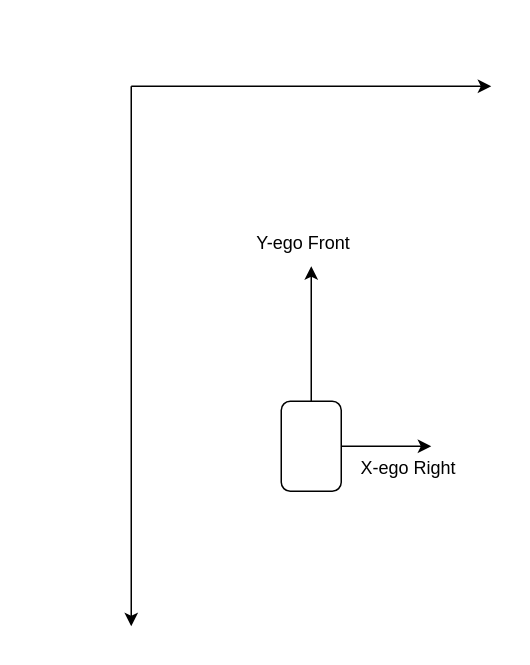
LLLzd/hello-hub keeps this draw.io diagram as helloDiagram.drawio. Above is the earlier version. Source tidied: cells renumbered, new cells numbered last; positions are measured from the earlier drawing's top-left corner, leaving out a move shared by most shapes. Both pictures are drawn from the tidied source at 150%, with x=0, y=0 at pixel (130, 86).
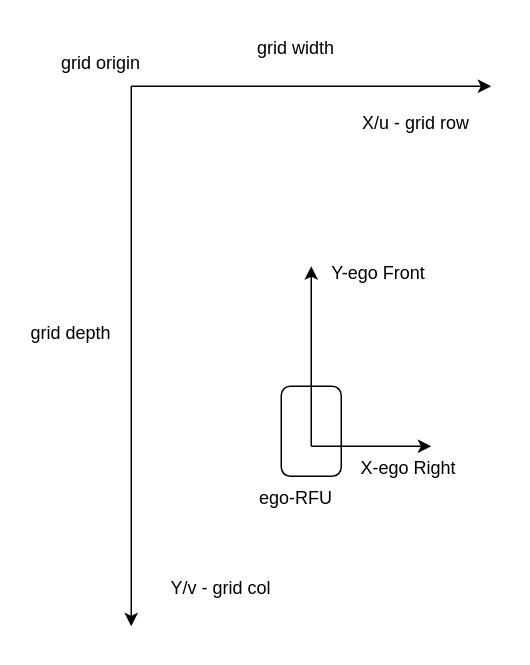
The same diagram, later.

The edit, as a diff of the source:
```diff
@@
 <mxGraphModel>
   <root>
     <mxCell id="0" />
     <mxCell id="1" parent="0" />
+    <mxCell id="7" style="rounded=1;whiteSpace=wrap;html=1;" parent="1" vertex="1">
+      <mxGeometry x="100" y="200" width="40" height="60" as="geometry" />
+    </mxCell>
     <mxCell id="2" style="endArrow=classic;html=1;rounded=0;" parent="1" edge="1">
       <mxGeometry relative="1" as="geometry">
         <mxPoint x="120" y="240" as="sourcePoint" />
         <mxPoint x="200" y="240" as="targetPoint" />
       </mxGeometry>
     </mxCell>
     <mxCell id="3" style="endArrow=classic;html=1;rounded=0;" parent="1" edge="1">
       <mxGeometry relative="1" as="geometry">
         <mxPoint x="120" y="240" as="sourcePoint" />
         <mxPoint x="120" y="120" as="targetPoint" />
       </mxGeometry>
     </mxCell>
     <mxCell id="4" style="endArrow=classic;html=1;rounded=0;" parent="1" edge="1">
       <mxGeometry relative="1" as="geometry">
         <mxPoint as="sourcePoint" />
         <mxPoint x="240" as="targetPoint" />
       </mxGeometry>
     </mxCell>
     <mxCell id="5" style="endArrow=classic;html=1;rounded=0;" parent="1" edge="1">
       <mxGeometry relative="1" as="geometry">
         <mxPoint as="sourcePoint" />
         <mxPoint y="360" as="targetPoint" />
       </mxGeometry>
     </mxCell>
     <mxCell id="6" value="X-ego Right" style="text;html=1;strokeColor=none;fillColor=none;align=center;verticalAlign=middle;whiteSpace=wrap;rounded=0;" parent="1" vertex="1">
       <mxGeometry x="130" y="240" width="110" height="30" as="geometry" />
     </mxCell>
-    <mxCell id="7" style="rounded=1;whiteSpace=wrap;html=1;" parent="1" vertex="1">
-      <mxGeometry x="100" y="210" width="40" height="60" as="geometry" />
-    </mxCell>
     <mxCell id="8" value="Y-ego Front" style="text;html=1;strokeColor=none;fillColor=none;align=center;verticalAlign=middle;whiteSpace=wrap;rounded=0;" parent="1" vertex="1">
-      <mxGeometry x="60" y="90" width="110" height="30" as="geometry" />
+      <mxGeometry x="110" y="110" width="110" height="30" as="geometry" />
     </mxCell>
+    <mxCell id="9" value="X/u - grid row" style="text;html=1;strokeColor=none;fillColor=none;align=center;verticalAlign=middle;whiteSpace=wrap;rounded=0;" parent="1" vertex="1">
+      <mxGeometry x="140" y="10" width="100" height="30" as="geometry" />
+    </mxCell>
+    <mxCell id="10" value="Y/v - grid col" style="text;html=1;strokeColor=none;fillColor=none;align=center;verticalAlign=middle;whiteSpace=wrap;rounded=0;" parent="1" vertex="1">
+      <mxGeometry x="10" y="320" width="100" height="30" as="geometry" />
+    </mxCell>
+    <mxCell id="11" value="ego-RFU" style="text;html=1;strokeColor=none;fillColor=none;align=center;verticalAlign=middle;whiteSpace=wrap;rounded=0;" parent="1" vertex="1">
+      <mxGeometry x="80" y="260" width="60" height="30" as="geometry" />
+    </mxCell>
+    <mxCell id="12" value="grid width" style="text;html=1;strokeColor=none;fillColor=none;align=center;verticalAlign=middle;whiteSpace=wrap;rounded=0;" parent="1" vertex="1">
+      <mxGeometry x="80" y="-40" width="60" height="30" as="geometry" />
+    </mxCell>
+    <mxCell id="13" value="grid depth" style="text;html=1;strokeColor=none;fillColor=none;align=center;verticalAlign=middle;whiteSpace=wrap;rounded=0;" parent="1" vertex="1">
+      <mxGeometry x="-70" y="150" width="60" height="30" as="geometry" />
+    </mxCell>
+    <mxCell id="14" value="grid origin" style="text;html=1;strokeColor=none;fillColor=none;align=center;verticalAlign=middle;whiteSpace=wrap;rounded=0;" parent="1" vertex="1">
+      <mxGeometry x="-50" y="-30" width="60" height="30" as="geometry" />
+    </mxCell>
   </root>
 </mxGraphModel>
```
